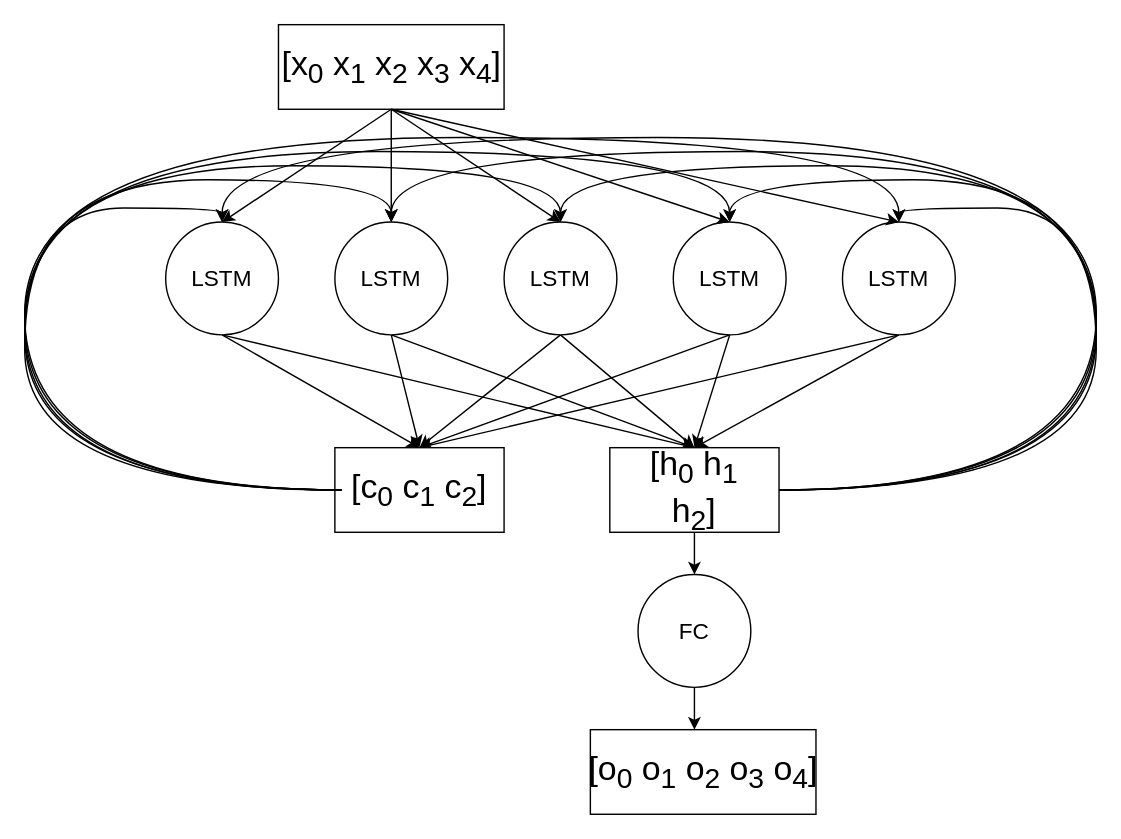
This is slides/images/Diagramma senza titolo.drawio from AlessandroVaraldi/LSTM_ACCELERATOR, a draw.io file, before an edit. Source tidied: cells renumbered, new cells numbered last; positions are measured from the earlier drawing's top-left corner, leaving out a move shared by most shapes. Both pictures are drawn from the tidied source at 141%, with x=0, y=0 at pixel (24, 24).
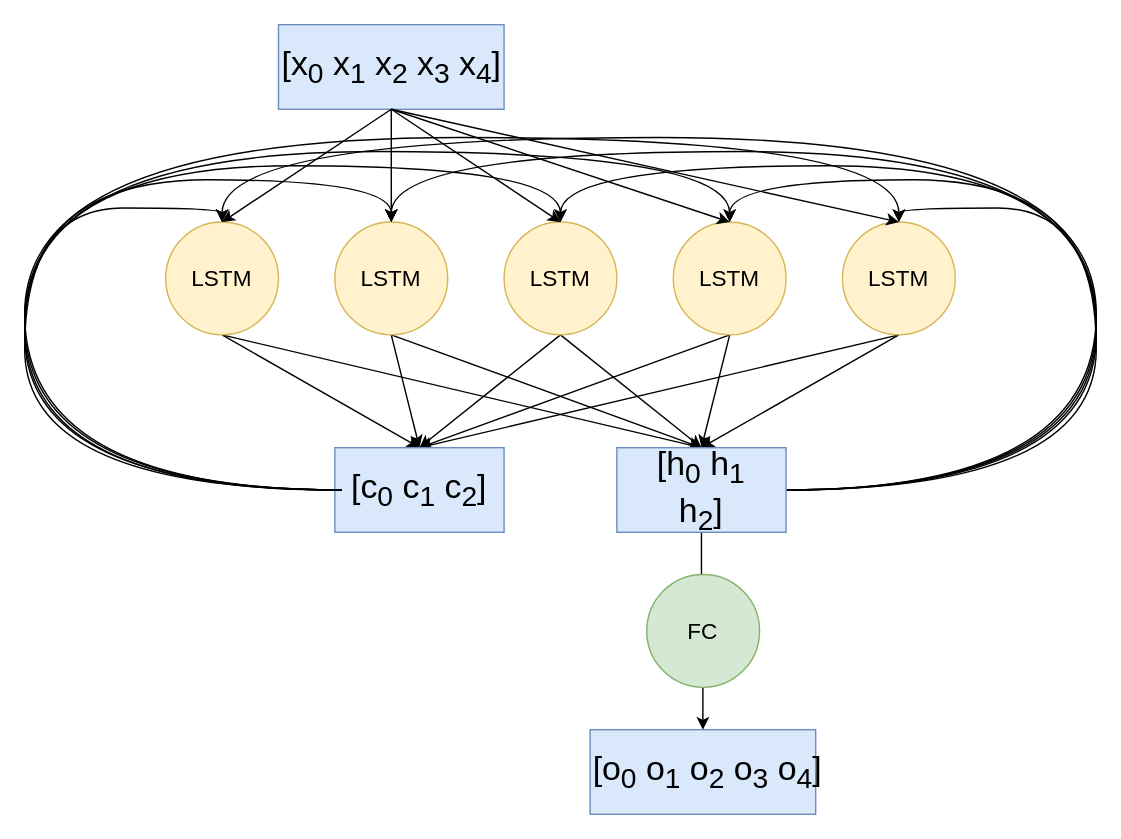
The same page after the edit.

Unchanged cells that the change refers to:
```xml
<mxCell id="18" style="group;" parent="17" vertex="1">
  <mxGeometry x="45" y="80" width="120" height="60" as="geometry" />
</mxCell>
<mxCell id="25" style="group;" parent="1" vertex="1">
  <mxGeometry x="78.8" width="362.5" height="60" as="geometry" />
</mxCell>
```

The edit, as a diff of the source:
```diff
@@
+    <mxCell id="50" style="edgeStyle=orthogonalEdgeStyle;rounded=0;jettySize=auto;html=1;entryX=0.5;entryY=0;entryDx=0;entryDy=0;" parent="1" edge="1" source="23" target="48">
+      <mxGeometry relative="1" as="geometry" />
+    </mxCell>
@@
-    <mxCell id="4" value="LSTM" style="ellipse;whiteSpace=wrap;html=1;fontSize=16;" parent="1" vertex="1">
+    <mxCell id="4" value="LSTM" style="ellipse;whiteSpace=wrap;html=1;fontSize=16;fillColor=#fff2cc;strokeColor=#d6b656;" parent="1" vertex="1">
       <mxGeometry x="100" y="140" width="80" height="80" as="geometry" />
     </mxCell>
@@
-    <mxCell id="7" value="LSTM" style="ellipse;whiteSpace=wrap;html=1;fontSize=16;" parent="1" vertex="1">
+    <mxCell id="7" value="LSTM" style="ellipse;whiteSpace=wrap;html=1;fontSize=16;fillColor=#fff2cc;strokeColor=#d6b656;" parent="1" vertex="1">
       <mxGeometry x="220" y="140" width="80" height="80" as="geometry" />
     </mxCell>
@@
-    <mxCell id="10" value="LSTM" style="ellipse;whiteSpace=wrap;html=1;fontSize=16;" parent="1" vertex="1">
+    <mxCell id="10" value="LSTM" style="ellipse;whiteSpace=wrap;html=1;fontSize=16;fillColor=#fff2cc;strokeColor=#d6b656;" parent="1" vertex="1">
       <mxGeometry x="340" y="140" width="80" height="80" as="geometry" />
     </mxCell>
@@
-    <mxCell id="13" value="LSTM" style="ellipse;whiteSpace=wrap;html=1;fontSize=16;" parent="1" vertex="1">
+    <mxCell id="13" value="LSTM" style="ellipse;whiteSpace=wrap;html=1;fontSize=16;fillColor=#fff2cc;strokeColor=#d6b656;" parent="1" vertex="1">
       <mxGeometry x="460" y="140" width="80" height="80" as="geometry" />
     </mxCell>
@@
-    <mxCell id="16" value="LSTM" style="ellipse;whiteSpace=wrap;html=1;fontSize=16;" parent="1" vertex="1">
+    <mxCell id="16" value="LSTM" style="ellipse;whiteSpace=wrap;html=1;fontSize=16;fillColor=#fff2cc;strokeColor=#d6b656;" parent="1" vertex="1">
       <mxGeometry x="580" y="140" width="80" height="80" as="geometry" />
     </mxCell>
@@
-    <mxCell id="19" style="rounded=0;whiteSpace=wrap;html=1;" parent="18" vertex="1">
+    <mxCell id="19" style="rounded=0;whiteSpace=wrap;html=1;fillColor=#dae8fc;strokeColor=#6c8ebf;" parent="18" vertex="1">
       <mxGeometry width="120" height="60" as="geometry" />
     </mxCell>
@@
-    <mxCell id="21" style="group;" parent="1" vertex="1">
-      <mxGeometry x="370" y="300" width="210" height="60" as="geometry" />
-    </mxCell>
-    <mxCell id="22" style="group;" parent="21" vertex="1">
-      <mxGeometry x="45" width="120" height="60" as="geometry" />
-    </mxCell>
-    <mxCell id="23" style="rounded=0;whiteSpace=wrap;html=1;" parent="22" vertex="1">
-      <mxGeometry width="120" height="60" as="geometry" />
-    </mxCell>
-    <mxCell id="24" value="&lt;font style=&quot;font-size: 24px;&quot;&gt;[h&lt;sub&gt;0&lt;/sub&gt; h&lt;sub&gt;1&lt;/sub&gt; h&lt;sub&gt;2&lt;/sub&gt;]&lt;sub&gt;&lt;br&gt;&lt;/sub&gt;&lt;/font&gt;" style="text;html=1;align=center;verticalAlign=middle;whiteSpace=wrap;rounded=0;" parent="22" vertex="1">
-      <mxGeometry x="10" y="15" width="100" height="30" as="geometry" />
-    </mxCell>
@@
-    <mxCell id="26" style="rounded=0;whiteSpace=wrap;html=1;" parent="25" vertex="1">
+    <mxCell id="26" style="rounded=0;whiteSpace=wrap;html=1;fillColor=#dae8fc;strokeColor=#6c8ebf;" parent="25" vertex="1">
       <mxGeometry x="101.2" width="160" height="60" as="geometry" />
     </mxCell>
@@
     <mxCell id="38" style="group;rotation=180;flipH=1;" parent="1" vertex="1">
-      <mxGeometry y="80" width="620" height="250" as="geometry" />
+      <mxGeometry y="80" width="620" height="280" as="geometry" />
     </mxCell>
@@
-    <mxCell id="44" style="edgeStyle=orthogonalEdgeStyle;rounded=0;jettySize=auto;html=1;" parent="1" edge="1" source="45">
-      <mxGeometry relative="1" as="geometry">
-        <mxPoint x="475" y="500" as="targetPoint" />
-      </mxGeometry>
-    </mxCell>
+    <mxCell id="21" style="group;" parent="38" vertex="1">
+      <mxGeometry x="370" y="220" width="210" height="60" as="geometry" />
+    </mxCell>
+    <mxCell id="22" style="group;" parent="21" vertex="1">
+      <mxGeometry x="50" width="120" height="60" as="geometry" />
+    </mxCell>
+    <mxCell id="23" style="rounded=0;whiteSpace=wrap;html=1;fillColor=#dae8fc;strokeColor=#6c8ebf;" parent="22" vertex="1">
+      <mxGeometry width="120" height="60" as="geometry" />
+    </mxCell>
+    <mxCell id="24" value="&lt;font style=&quot;font-size: 24px;&quot;&gt;[h&lt;sub&gt;0&lt;/sub&gt; h&lt;sub&gt;1&lt;/sub&gt; h&lt;sub&gt;2&lt;/sub&gt;]&lt;sub&gt;&lt;br&gt;&lt;/sub&gt;&lt;/font&gt;" style="text;html=1;align=center;verticalAlign=middle;whiteSpace=wrap;rounded=0;" parent="22" vertex="1">
+      <mxGeometry x="10" y="15" width="100" height="30" as="geometry" />
+    </mxCell>
-    <mxCell id="45" value="FC" style="ellipse;whiteSpace=wrap;html=1;fontSize=16;" parent="1" vertex="1">
-      <mxGeometry x="435" y="390" width="80" height="80" as="geometry" />
+    <mxCell id="45" value="FC" style="ellipse;whiteSpace=wrap;html=1;fontSize=16;fillColor=#d5e8d4;strokeColor=#82b366;" parent="1" vertex="1">
+      <mxGeometry x="441.2" y="390" width="80" height="80" as="geometry" />
     </mxCell>
-    <mxCell id="46" style="edgeStyle=orthogonalEdgeStyle;rounded=0;jettySize=auto;html=1;entryX=0.5;entryY=0;entryDx=0;entryDy=0;" parent="1" edge="1" source="23" target="45">
-      <mxGeometry relative="1" as="geometry" />
-    </mxCell>
     <mxCell id="47" style="group;" parent="1" vertex="1">
-      <mxGeometry x="300" y="500" width="362.5" height="60" as="geometry" />
+      <mxGeometry x="310" y="500" width="362.5" height="60" as="geometry" />
     </mxCell>
-    <mxCell id="48" style="rounded=0;whiteSpace=wrap;html=1;" parent="47" vertex="1">
-      <mxGeometry x="101.2" width="160" height="60" as="geometry" />
+    <mxCell id="48" style="rounded=0;whiteSpace=wrap;html=1;fillColor=#dae8fc;strokeColor=#6c8ebf;" parent="47" vertex="1">
+      <mxGeometry x="91" width="160" height="60" as="geometry" />
     </mxCell>
     <mxCell id="49" value="&lt;font style=&quot;font-size: 24px;&quot;&gt;[o&lt;sub&gt;0&lt;/sub&gt; o&lt;sub&gt;1&lt;/sub&gt; o&lt;sub&gt;2&lt;/sub&gt; o&lt;sub&gt;3&lt;/sub&gt; o&lt;sub&gt;4&lt;/sub&gt;]&lt;sub&gt;&lt;br&gt;&lt;/sub&gt;&lt;/font&gt;" style="text;html=1;align=center;verticalAlign=middle;whiteSpace=wrap;rounded=0;" parent="47" vertex="1">
-      <mxGeometry y="15" width="362.5" height="30" as="geometry" />
+      <mxGeometry x="-7.2" y="15" width="362.5" height="30" as="geometry" />
     </mxCell>
```
